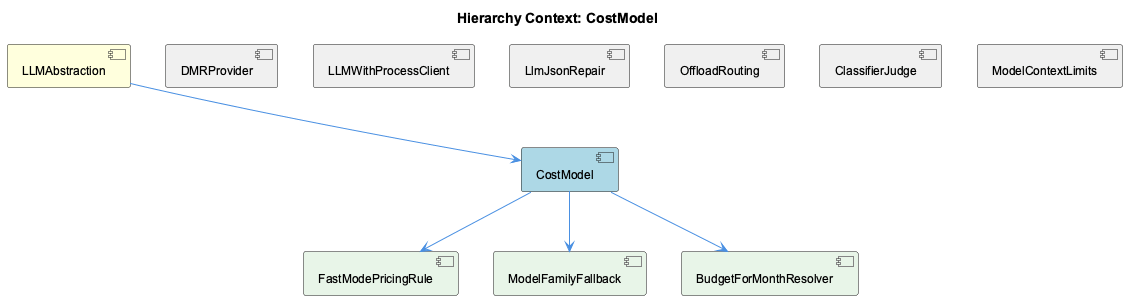
This is knowledge-management/insights/images/cost-model-relationship.png from fwornle/coding, a PlantUML export, as it was before one commit. Its diagram source:
```plantuml
@startuml
!include _standard-style.puml

title Hierarchy Context: CostModel

[LLMAbstraction] as llmabstraction #FFFFDD
[CostModel] as cost_model #LightBlue
[DMRProvider] as dmrprovider #F0F0F0
[LLMWithProcessClient] as llmwith_process_client #F0F0F0
[LlmJsonRepair] as llm_json_repair #F0F0F0
[OffloadRouting] as offload_routing #F0F0F0
[ClassifierJudge] as classifier_judge #F0F0F0
[ModelContextLimits] as model_context_limits #F0F0F0
[FastModePricingRule] as fast_mode_pricing_rule #E8F5E8
[ModelFamilyFallback] as model_family_fallback #E8F5E8
[BudgetForMonthResolver] as budget_for_month_resolver #E8F5E8

llmabstraction --> cost_model
dmrprovider -[hidden]- cost_model
llmwith_process_client -[hidden]- cost_model
llm_json_repair -[hidden]- cost_model
offload_routing -[hidden]- cost_model
classifier_judge -[hidden]- cost_model
model_context_limits -[hidden]- cost_model
cost_model --> fast_mode_pricing_rule
cost_model --> model_family_fallback
cost_model --> budget_for_month_resolver

@enduml
```
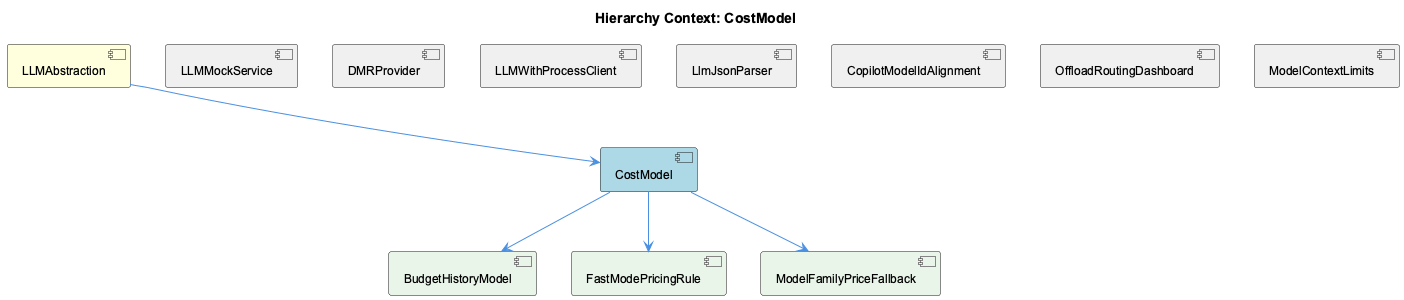
The same file after the commit.

What changed in the source:
```diff
@@ -5,25 +5,27 @@
 
 [LLMAbstraction] as llmabstraction #FFFFDD
 [CostModel] as cost_model #LightBlue
+[LLMMockService] as llmmock_service #F0F0F0
 [DMRProvider] as dmrprovider #F0F0F0
 [LLMWithProcessClient] as llmwith_process_client #F0F0F0
-[LlmJsonRepair] as llm_json_repair #F0F0F0
-[OffloadRouting] as offload_routing #F0F0F0
-[ClassifierJudge] as classifier_judge #F0F0F0
+[LlmJsonParser] as llm_json_parser #F0F0F0
+[CopilotModelIdAlignment] as copilot_model_id_alignment #F0F0F0
+[OffloadRoutingDashboard] as offload_routing_dashboard #F0F0F0
 [ModelContextLimits] as model_context_limits #F0F0F0
+[BudgetHistoryModel] as budget_history_model #E8F5E8
 [FastModePricingRule] as fast_mode_pricing_rule #E8F5E8
-[ModelFamilyFallback] as model_family_fallback #E8F5E8
-[BudgetForMonthResolver] as budget_for_month_resolver #E8F5E8
+[ModelFamilyPriceFallback] as model_family_price_fallback #E8F5E8
 
 llmabstraction --> cost_model
+llmmock_service -[hidden]- cost_model
 dmrprovider -[hidden]- cost_model
 llmwith_process_client -[hidden]- cost_model
-llm_json_repair -[hidden]- cost_model
-offload_routing -[hidden]- cost_model
-classifier_judge -[hidden]- cost_model
+llm_json_parser -[hidden]- cost_model
+copilot_model_id_alignment -[hidden]- cost_model
+offload_routing_dashboard -[hidden]- cost_model
 model_context_limits -[hidden]- cost_model
+cost_model --> budget_history_model
 cost_model --> fast_mode_pricing_rule
-cost_model --> model_family_fallback
-cost_model --> budget_for_month_resolver
+cost_model --> model_family_price_fallback
 
 @enduml
```
